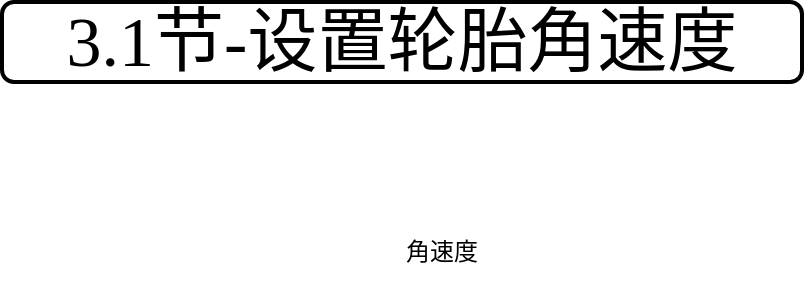
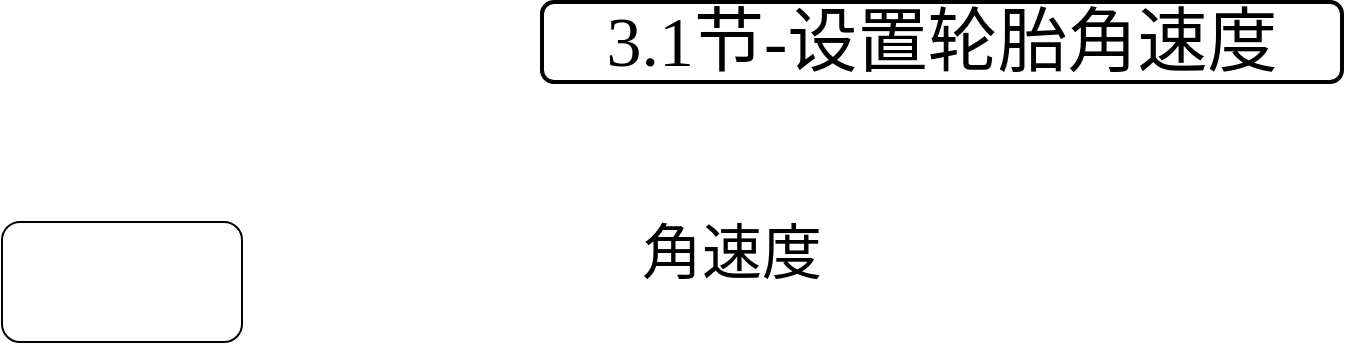
<mxfile host="app.diagrams.net">
  <diagram name="第 1 页" id="GX-yRB2pFLCUUed2IjMN">
-     <mxGraphModel dx="1186" dy="726" grid="1" gridSize="10" guides="1" tooltips="1" connect="1" arrows="1" fold="1" page="1" pageScale="1" pageWidth="827" pageHeight="1169" math="0" shadow="0">
+     <mxGraphModel dx="2287" dy="894" grid="1" gridSize="10" guides="1" tooltips="1" connect="1" arrows="1" fold="1" page="1" pageScale="1" pageWidth="827" pageHeight="1169" math="0" shadow="0">
      <root>
        <mxCell id="0" />
        <mxCell id="1" parent="0" />
        <mxCell id="XIZ4hkpOC5nF-9Pc7O8C-7" parent="1" style="rounded=1;whiteSpace=wrap;html=1;fontFamily=Comic Sans MS;strokeWidth=2;fontSize=35;" value="3.1节-设置轮胎角速度" vertex="1">
          <mxGeometry height="40" width="400" x="30" y="50" as="geometry" />
        </mxCell>
-         <mxCell id="XIZ4hkpOC5nF-9Pc7O8C-8" parent="1" style="text;html=1;whiteSpace=wrap;strokeColor=none;fillColor=none;align=center;verticalAlign=middle;rounded=0;fontFamily=Comic Sans MS;fontSize=12;fontColor=default;" value="角速度" vertex="1">
-           <mxGeometry height="30" width="60" x="220" y="160" as="geometry" />
+         <mxCell id="XIZ4hkpOC5nF-9Pc7O8C-8" parent="1" style="text;html=1;whiteSpace=wrap;strokeColor=none;fillColor=none;align=center;verticalAlign=middle;rounded=0;fontFamily=Comic Sans MS;fontSize=30;fontColor=default;" value="角速度" vertex="1">
+           <mxGeometry height="30" width="190" x="30" y="160" as="geometry" />
+         </mxCell>
+         <mxCell id="XIZ4hkpOC5nF-9Pc7O8C-9" parent="1" style="rounded=1;whiteSpace=wrap;html=1;strokeColor=default;align=center;verticalAlign=middle;fontFamily=Comic Sans MS;fontSize=12;fontColor=default;fillColor=default;" value="" vertex="1">
+           <mxGeometry height="60" width="120" x="-240" y="160" as="geometry" />
        </mxCell>
      </root>
    </mxGraphModel>
  </diagram>
</mxfile>
